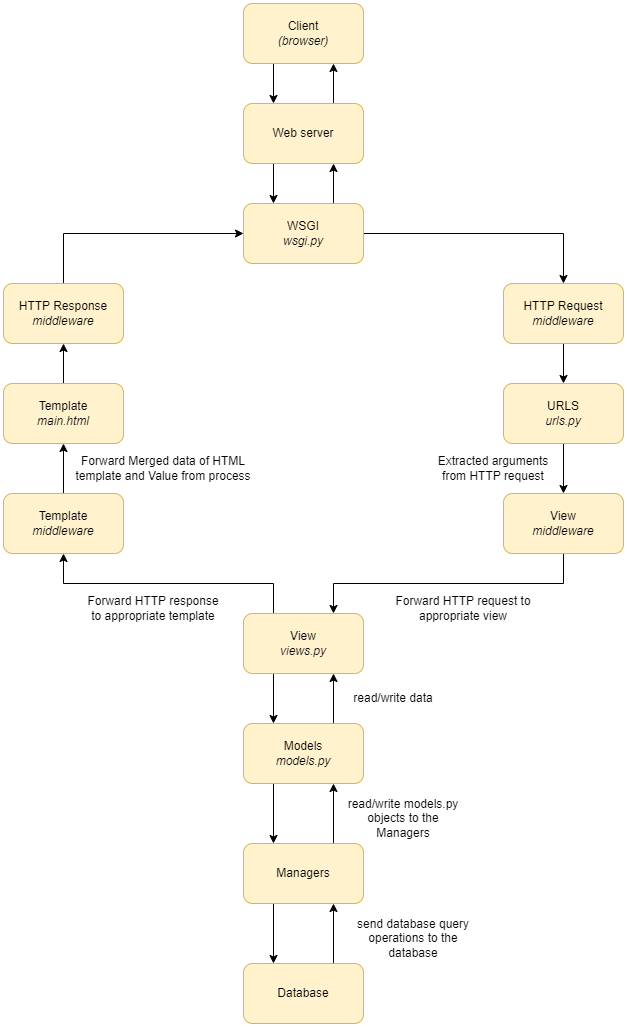
Before: assets/Flowchart_PBP_Assignment2.png, a diagram exported from draw.io (TomoriNow/PBP_Assignment2). Source tidied: cells renumbered, new cells last; positions are measured from the earlier drawing's top-left corner, leaving out a move shared by most shapes.
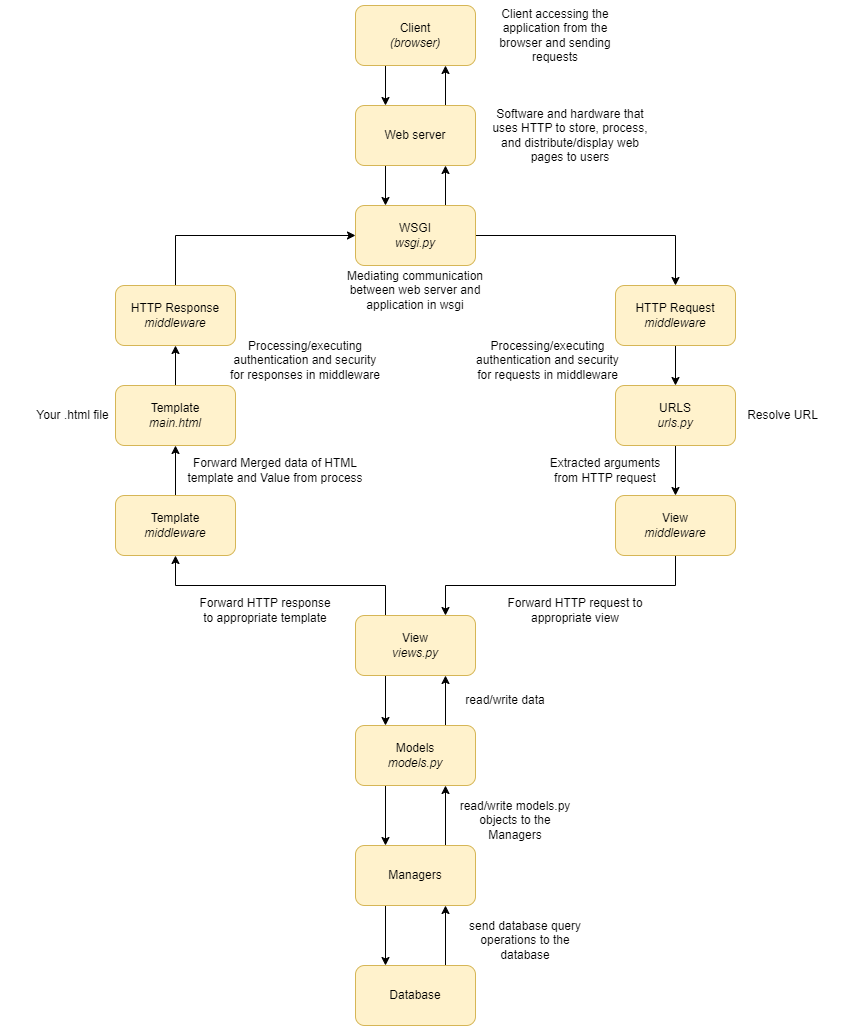
The same file after the commit.

Diff of the diagram source:
```diff
@@ -125,5 +125,29 @@
     <mxCell id="39" value="Forward Merged data of HTML template and Value from process" style="text;html=1;strokeColor=none;fillColor=none;align=center;verticalAlign=middle;whiteSpace=wrap;rounded=0;" parent="1" vertex="1">
       <mxGeometry x="70" y="450" width="180" height="30" as="geometry" />
     </mxCell>
+    <mxCell id="40" value="Client accessing the application from the browser and sending requests" style="text;html=1;strokeColor=none;fillColor=none;align=center;verticalAlign=middle;whiteSpace=wrap;rounded=0;" parent="1" vertex="1">
+      <mxGeometry x="370" y="15" width="140" height="30" as="geometry" />
+    </mxCell>
+    <mxCell id="41" value="Software and hardware that uses HTTP to store, process, and distribute/display web pages to users" style="text;html=1;strokeColor=none;fillColor=none;align=center;verticalAlign=middle;whiteSpace=wrap;rounded=0;" parent="1" vertex="1">
+      <mxGeometry x="370" y="115" width="170" height="30" as="geometry" />
+    </mxCell>
+    <mxCell id="42" value="Processing/executing authentication and security for requests in middleware" style="text;html=1;strokeColor=none;fillColor=none;align=center;verticalAlign=middle;whiteSpace=wrap;rounded=0;" parent="1" vertex="1">
+      <mxGeometry x="355" y="340" width="155" height="30" as="geometry" />
+    </mxCell>
+    <mxCell id="43" value="Processing/executing authentication and security for responses in middleware" style="text;html=1;strokeColor=none;fillColor=none;align=center;verticalAlign=middle;whiteSpace=wrap;rounded=0;" parent="1" vertex="1">
+      <mxGeometry x="110" y="340" width="160" height="30" as="geometry" />
+    </mxCell>
+    <mxCell id="44" value="Resolve URL" style="text;html=1;strokeColor=none;fillColor=none;align=center;verticalAlign=middle;whiteSpace=wrap;rounded=0;" parent="1" vertex="1">
+      <mxGeometry x="600" y="395" width="135" height="30" as="geometry" />
+    </mxCell>
+    <mxCell id="45" value="Mediating communication between web server and application in wsgi" style="text;html=1;strokeColor=none;fillColor=none;align=center;verticalAlign=middle;whiteSpace=wrap;rounded=0;" parent="1" vertex="1">
+      <mxGeometry x="220" y="270" width="160" height="30" as="geometry" />
+    </mxCell>
+    <mxCell id="46" style="edgeStyle=orthogonalEdgeStyle;rounded=0;orthogonalLoop=1;jettySize=auto;html=1;exitX=0.5;exitY=1;exitDx=0;exitDy=0;" parent="1" edge="1" source="43" target="43">
+      <mxGeometry relative="1" as="geometry" />
+    </mxCell>
+    <mxCell id="47" value="Your .html file" style="text;html=1;strokeColor=none;fillColor=none;align=center;verticalAlign=middle;whiteSpace=wrap;rounded=0;" parent="1" vertex="1">
+      <mxGeometry x="-110" y="395" width="135" height="30" as="geometry" />
+    </mxCell>
   </root>
 </mxGraphModel>
```
